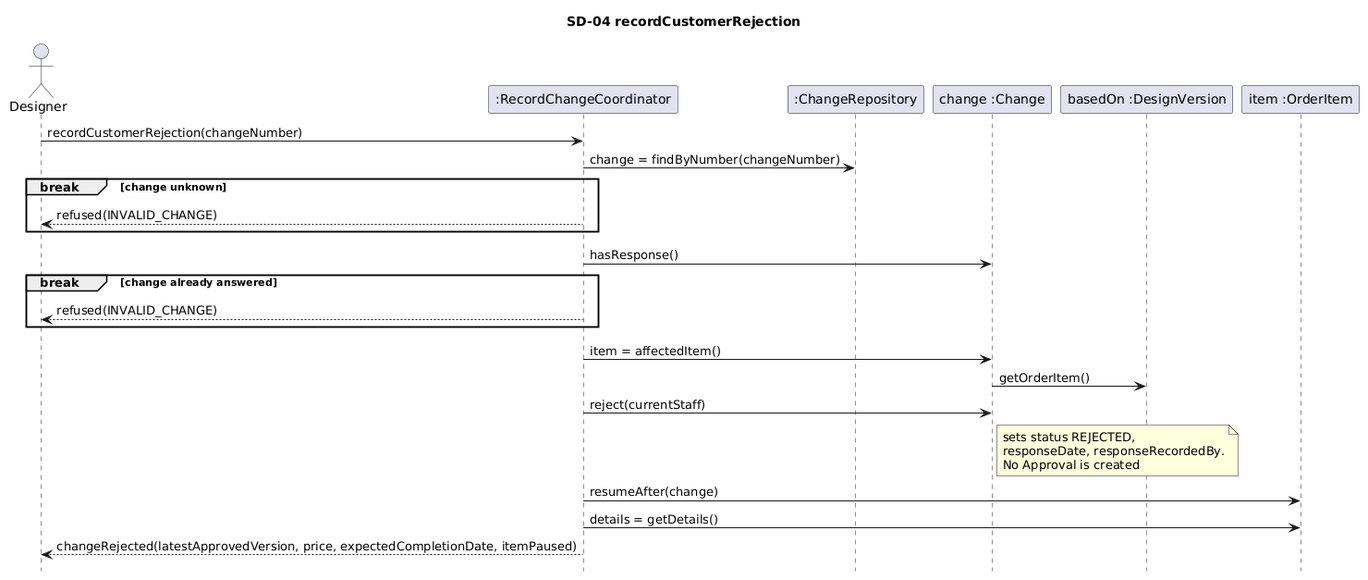
The PlantUML diagram sd-04-record-customer-rejection.png in Ahmad-1031/OOAD_CA2, before a commit. Its diagram source:
```plantuml
@startuml
hide footbox
title SD-04 recordCustomerRejection

actor Designer
participant ":RecordChangeCoordinator" as C
participant ":ChangeRepository" as CR
participant "change :Change" as CH
participant "basedOn :DesignVersion" as V
participant "item :OrderItem" as I

Designer -> C : recordCustomerRejection(changeNumber)
C -> CR : change = findByNumber(changeNumber)
break change unknown
  C --> Designer : refused(INVALID_CHANGE)
end
C -> CH : hasResponse()
break change already answered
  C --> Designer : refused(INVALID_CHANGE)
end

C -> CH : item = affectedItem()
CH -> V : getOrderItem()
C -> CH : reject(currentStaff)
note right of CH : sets status REJECTED,\nresponseDate, responseRecordedBy.\nNo Approval is created

C -> I : resumeAfter(change)
C -> I : details = getDetails()
C --> Designer : changeRejected(latestApprovedVersion, price, expectedCompletionDate, itemPaused)
@enduml
```
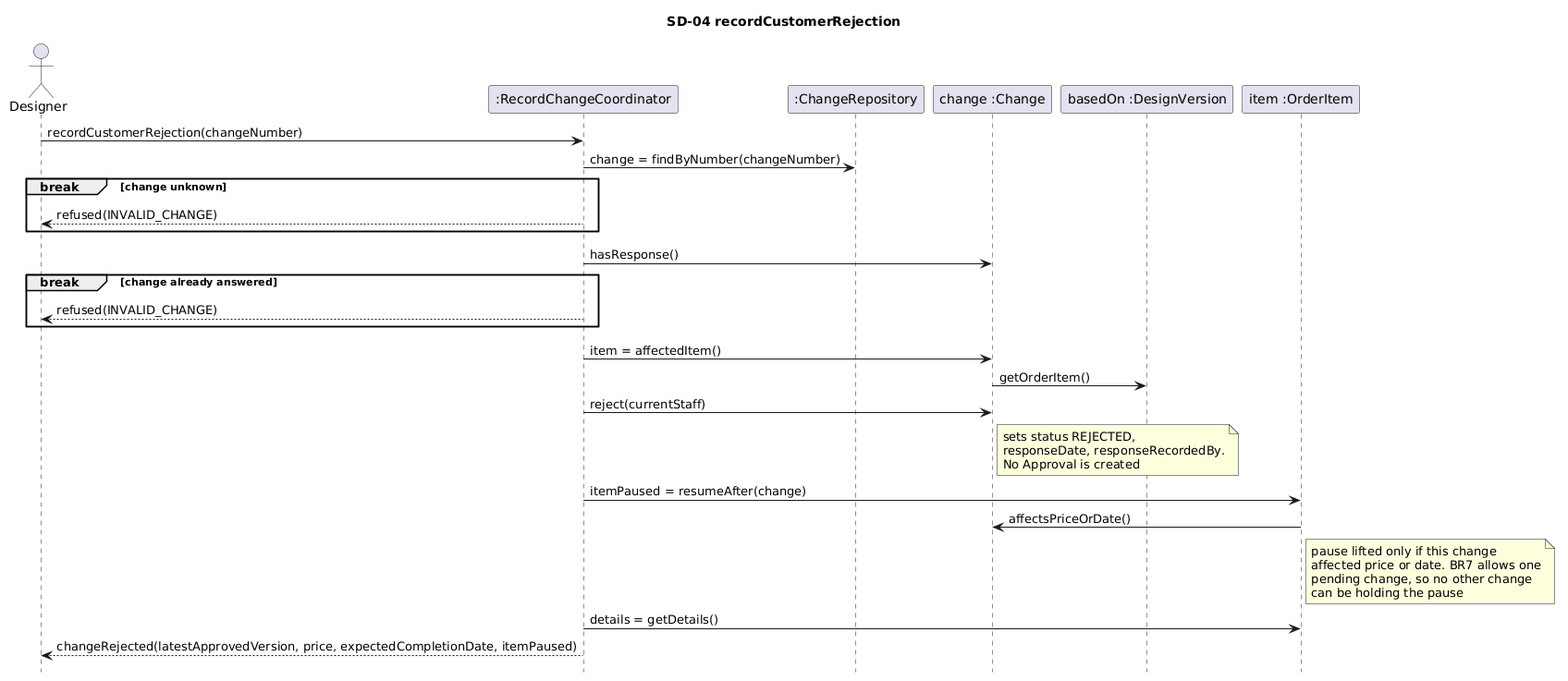
The same diagram one commit later.

Diff of the diagram source:
```diff
@@ -24,7 +24,9 @@
 C -> CH : reject(currentStaff)
 note right of CH : sets status REJECTED,\nresponseDate, responseRecordedBy.\nNo Approval is created
 
-C -> I : resumeAfter(change)
+C -> I : itemPaused = resumeAfter(change)
+I -> CH : affectsPriceOrDate()
+note right of I : pause lifted only if this change\naffected price or date. BR7 allows one\npending change, so no other change\ncan be holding the pause
 C -> I : details = getDetails()
 C --> Designer : changeRejected(latestApprovedVersion, price, expectedCompletionDate, itemPaused)
 @enduml
```
